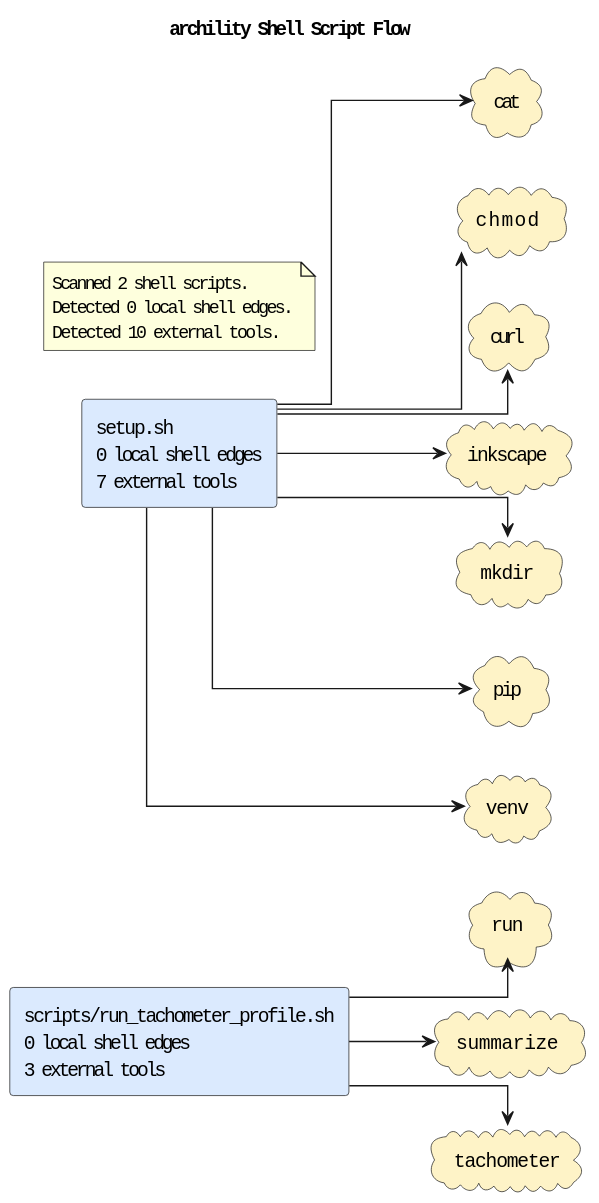
Before: docs/diagrams/shell-call-graph.puml.svg, a diagram exported from PlantUML (casonk/archility).
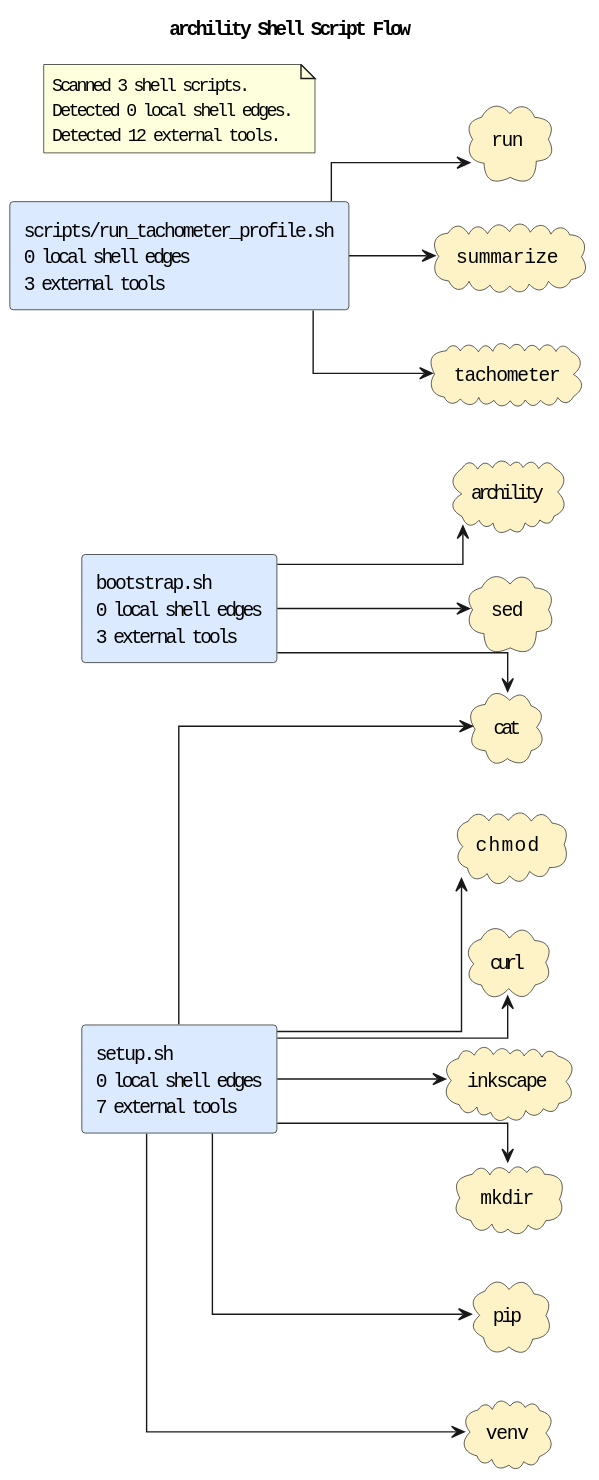
Above is the later version.

What changed in the source:
```diff
@@ -5,8 +5,10 @@
 skinparam defaultFontName Monospace
 skinparam componentStyle rectangle
 skinparam linetype ortho
+rectangle "bootstrap.sh\n0 local shell edges\n3 external tools" as shell_bootstrap_sh #DBEAFE
 rectangle "scripts/run_tachometer_profile.sh\n0 local shell edges\n3 external tools" as shell_scripts_run_tachometer_profile_sh #DBEAFE
 rectangle "setup.sh\n0 local shell edges\n7 external tools" as shell_setup_sh #DBEAFE
+cloud "archility" as tool_archility #FEF3C7
 cloud "cat" as tool_cat #FEF3C7
 cloud "chmod" as tool_chmod #FEF3C7
 cloud "curl" as tool_curl #FEF3C7
@@ -14,9 +16,13 @@
 cloud "mkdir" as tool_mkdir #FEF3C7
 cloud "pip" as tool_pip #FEF3C7
 cloud "run" as tool_run #FEF3C7
+cloud "sed" as tool_sed #FEF3C7
 cloud "summarize" as tool_summarize #FEF3C7
 cloud "tachometer" as tool_tachometer #FEF3C7
 cloud "venv" as tool_venv #FEF3C7
+shell_bootstrap_sh --> tool_archility
+shell_bootstrap_sh --> tool_cat
+shell_bootstrap_sh --> tool_sed
 shell_scripts_run_tachometer_profile_sh --> tool_run
 shell_scripts_run_tachometer_profile_sh --> tool_summarize
 shell_scripts_run_tachometer_profile_sh --> tool_tachometer
@@ -28,8 +34,8 @@
 shell_setup_sh --> tool_pip
 shell_setup_sh --> tool_venv
 note as shellGraphSummary
-Scanned 2 shell scripts.
+Scanned 3 shell scripts.
 Detected 0 local shell edges.
-Detected 10 external tools.
+Detected 12 external tools.
 end note
 @enduml
```
